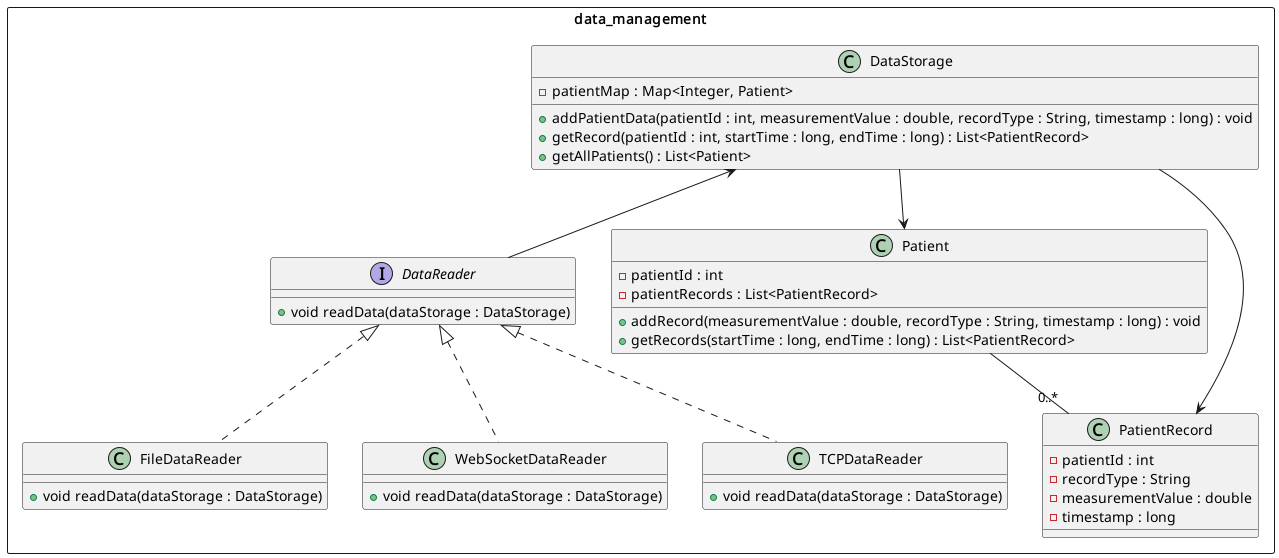
Mihai-Solescu/signal_project keeps this PlantUML diagram as uml_models/uml_v2/Data Management Class Diagram.png. Above is the earlier version.
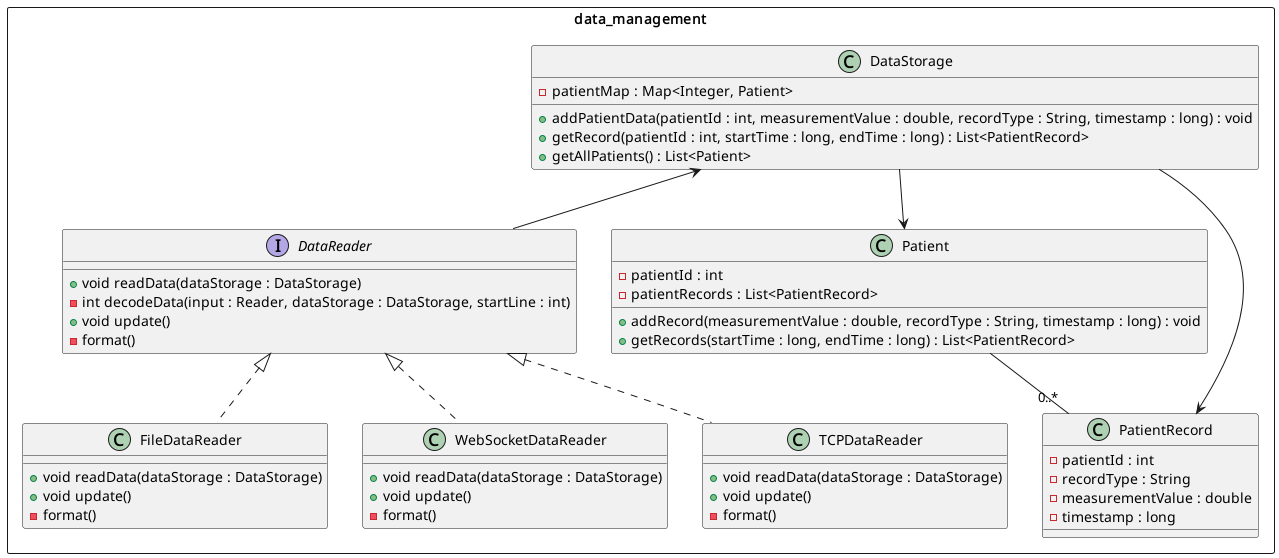
Later version of the same file.

What changed in the source:
```diff
@@ -4,20 +4,29 @@
 
     interface "DataReader" as DL {
         + void readData(dataStorage : DataStorage)
+        - int decodeData(input : Reader, dataStorage : DataStorage, startLine : int)
+        + void update()
+        - format()
     }
 
     DS <-- DL
 
     class "FileDataReader" as FDL {
         + void readData(dataStorage : DataStorage)
+        + void update()
+        - format()
     }
 
     class "WebSocketDataReader" as WSDR {
         + void readData(dataStorage : DataStorage)
+        + void update()
+        - format()
     }
 
     class "TCPDataReader" as TDR {
         + void readData(dataStorage : DataStorage)
+        + void update()
+        - format()
     }
 
     DL <|.. FDL
```
